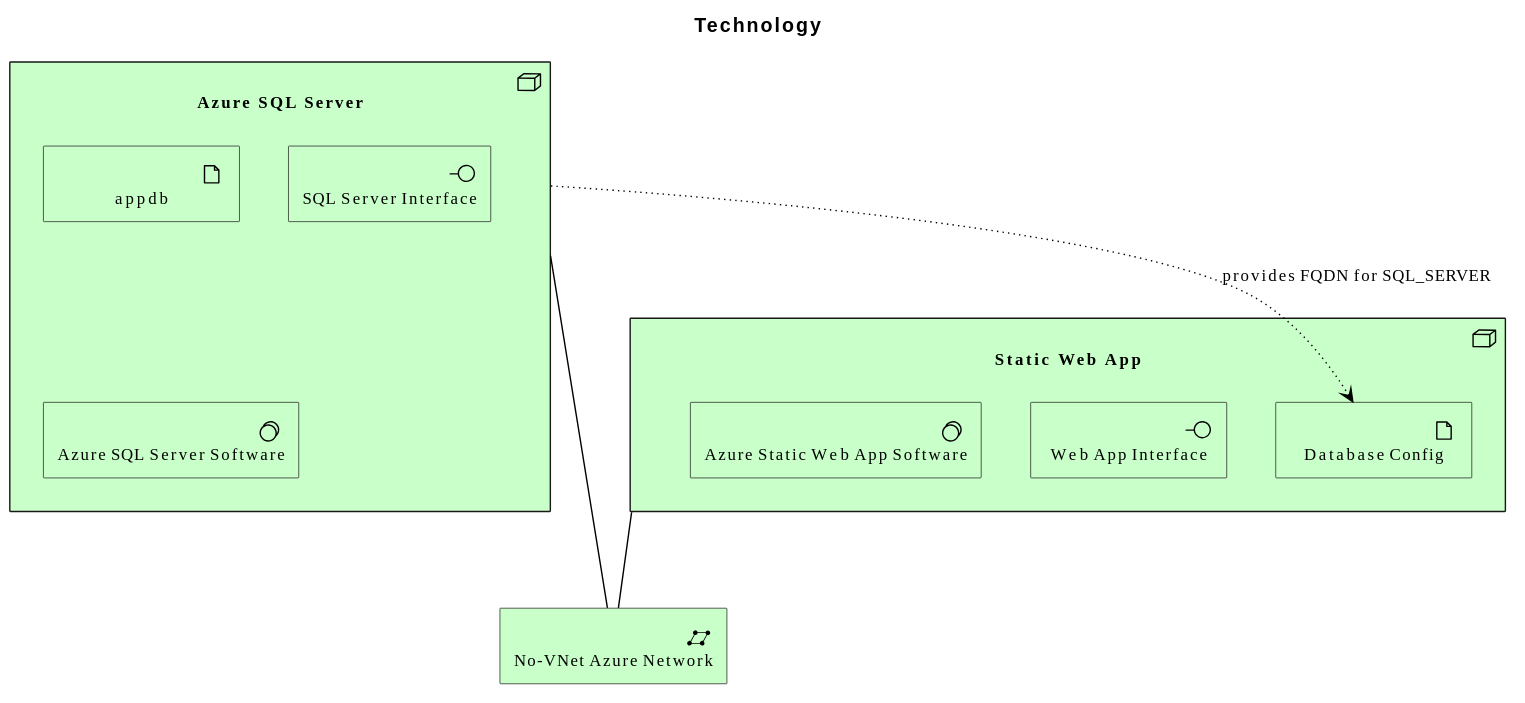
Before: diagrams/technology/overview.svg, a diagram exported from PlantUML (wolffy-au/frictionless-sample-azure).
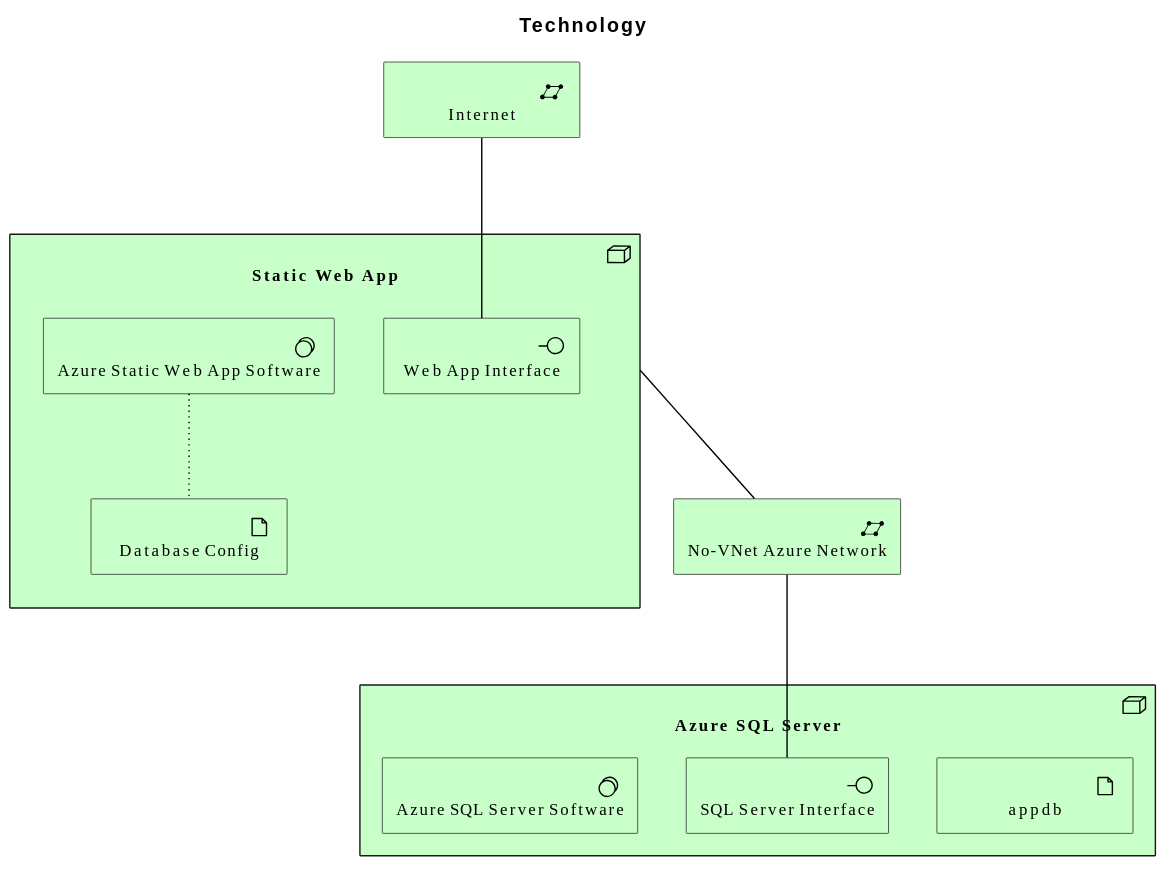
After the commit.

Commit message:
feat(architecture): separate Internet egress from the no-VNet Azure network, at interface level

Diff of the diagram source:
```diff
@@ -14,8 +14,10 @@
   Technology_SystemSoftware(e_id30920e0c9a155d, "Azure SQL Server Software")
 }
 Technology_CommunicationNetwork(e_id5deb57760c7b5f, "No-VNet Azure Network")
+Technology_CommunicationNetwork(e_id454e7b903b8357, "Internet")
 
-Rel_Access_w(e_idd447595fb73a5f, e_id1ee4629338065d, "provides FQDN for SQL_SERVER")
 Rel_Association(e_id3db5d26be8ff56, e_id5deb57760c7b5f, "")
-Rel_Association(e_idd447595fb73a5f, e_id5deb57760c7b5f, "")
+Rel_Association(e_id454e7b903b8357, e_id33cc192ee35e5b, "")
+Rel_Association(e_id5deb57760c7b5f, e_id76a7034dd9ab53, "")
+Rel_Access(e_id3b81282895f35e, e_id1ee4629338065d, "")
 @enduml
```
